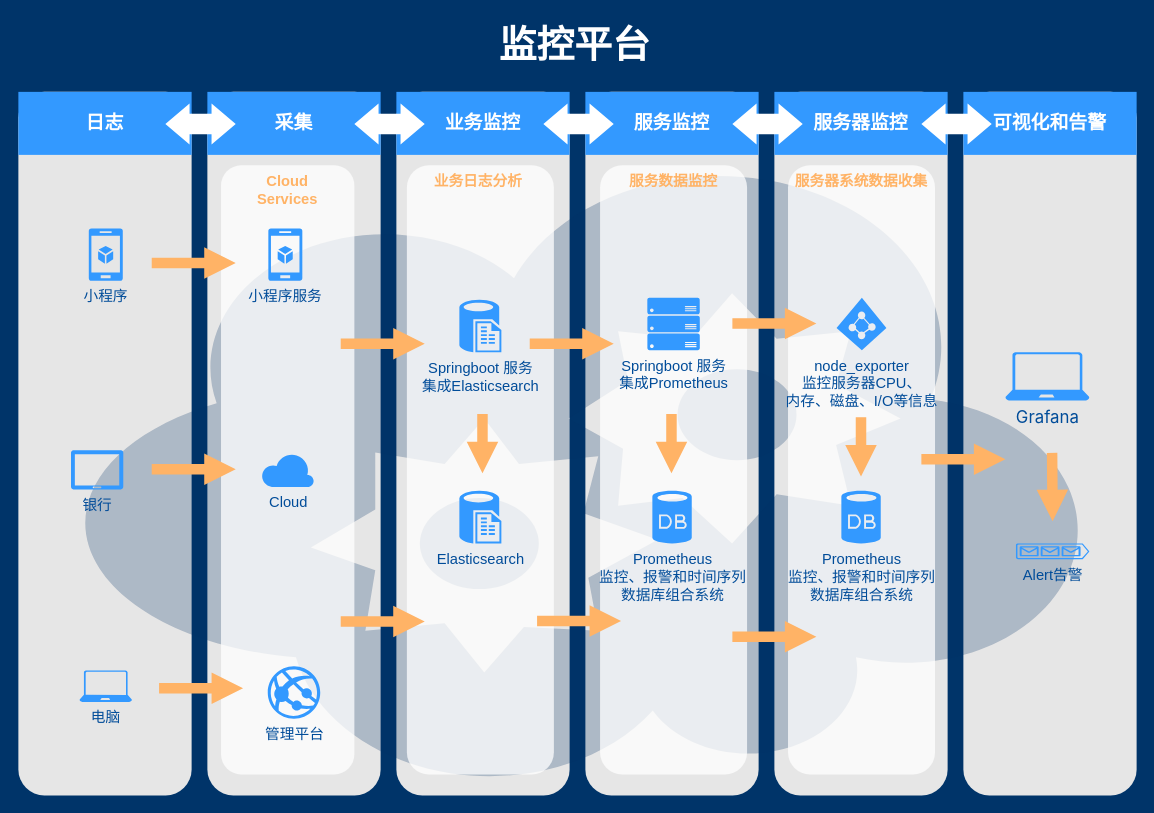
wuyongfeng/wuyongfeng keeps this draw.io diagram as 监控平台.drawio. Above is the earlier version. Source tidied: cells renumbered, new cells numbered last; positions are measured from the earlier drawing's top-left corner, leaving out a move shared by most shapes. Both pictures are drawn from the tidied source at 105%, with x=0, y=0 at pixel (18, 18).
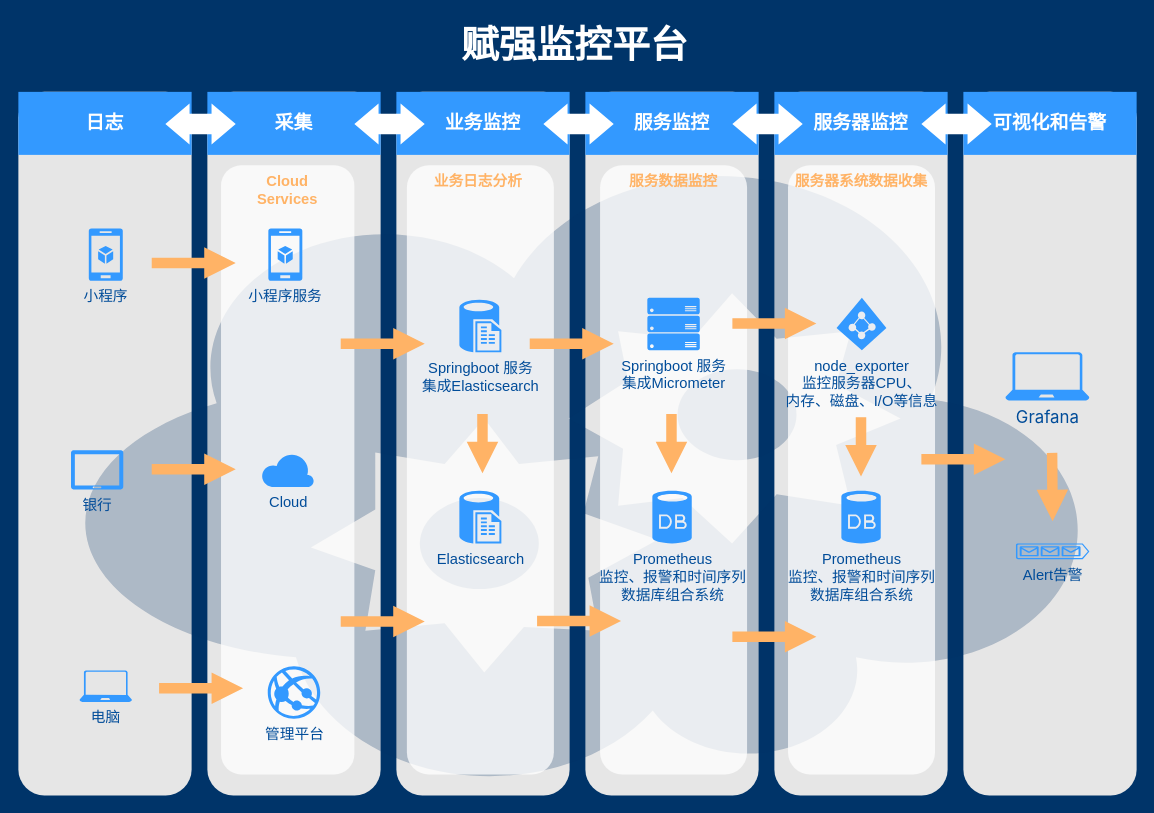
Above is the later version.

What changed in the source:
```diff
@@
-    <mxCell id="22" value="监控平台" style="text;html=1;strokeColor=none;fillColor=none;align=center;verticalAlign=middle;whiteSpace=wrap;overflow=hidden;dashed=1;fontSize=36;fontColor=#FFFFFF;fontFamily=Helvetica;fontStyle=1;" parent="1" vertex="1">
+    <mxCell id="22" value="赋强监控平台" style="text;html=1;strokeColor=none;fillColor=none;align=center;verticalAlign=middle;whiteSpace=wrap;overflow=hidden;dashed=1;fontSize=36;fontColor=#FFFFFF;fontFamily=Helvetica;fontStyle=1;" parent="1" vertex="1">
       <mxGeometry width="1060" height="50" as="geometry" />
     </mxCell>
@@
-    <mxCell id="26" value="Springboot 服务&lt;br&gt;集成Prometheus" style="verticalLabelPosition=bottom;html=1;verticalAlign=top;strokeColor=none;fillColor=#3399FF;shape=mxgraph.azure.server_rack;dashed=1;fontFamily=Helvetica;fontSize=14;fontColor=#004C99;" parent="1" vertex="1">
+    <mxCell id="26" value="Springboot 服务&lt;br&gt;集成Micrometer" style="verticalLabelPosition=bottom;html=1;verticalAlign=top;strokeColor=none;fillColor=#3399FF;shape=mxgraph.azure.server_rack;dashed=1;fontFamily=Helvetica;fontSize=14;fontColor=#004C99;" parent="1" vertex="1">
       <mxGeometry x="599" y="266" width="50" height="50" as="geometry" />
     </mxCell>
```
